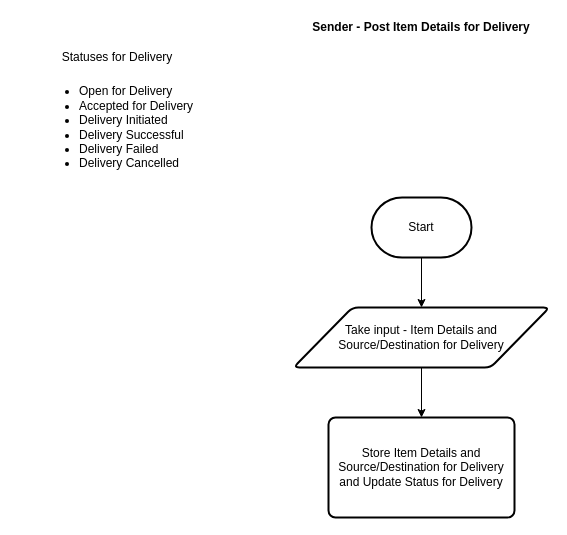
CourierPanda/flow-chart-diagrams keeps this draw.io diagram as Sender - Post Item Details for Delivery.drawio. Above is the earlier version. Source tidied: cells renumbered, new cells numbered last; positions are measured from the earlier drawing's top-left corner, leaving out a move shared by most shapes. Both pictures are drawn from the tidied source at 100%, with x=0, y=0 at pixel (17, 17).
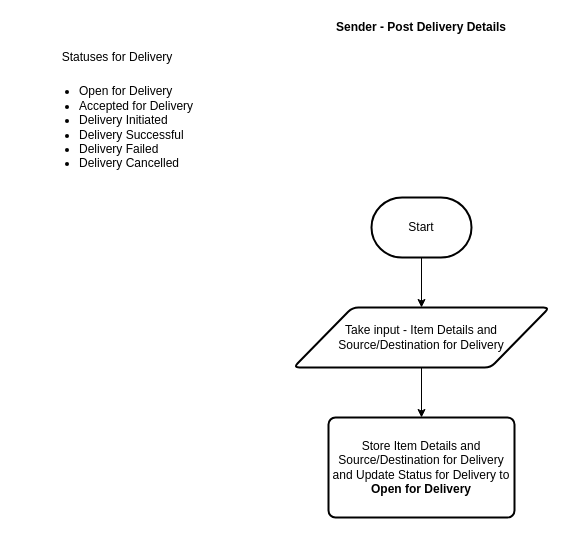
The same diagram, later.

What changed in the source:
```diff
@@
 <mxGraphModel>
   <root>
     <mxCell id="0" />
     <mxCell id="1" parent="0" />
     <mxCell id="2" style="edgeStyle=orthogonalEdgeStyle;rounded=0;jettySize=auto;html=1;exitX=0.5;exitY=1;exitDx=0;exitDy=0;exitPerimeter=0;entryX=0.5;entryY=0;entryDx=0;entryDy=0;" parent="1" edge="1" source="3" target="4">
       <mxGeometry relative="1" as="geometry" />
     </mxCell>
     <mxCell id="3" value="Start" style="strokeWidth=2;html=1;shape=mxgraph.flowchart.terminator;whiteSpace=wrap;" parent="1" vertex="1">
       <mxGeometry x="354" y="180" width="100" height="60" as="geometry" />
     </mxCell>
     <mxCell id="4" value="Take input - Item Details and&lt;br&gt;Source/Destination for Delivery" style="shape=parallelogram;html=1;strokeWidth=2;perimeter=parallelogramPerimeter;whiteSpace=wrap;rounded=1;arcSize=12;size=0.23;" parent="1" vertex="1">
       <mxGeometry x="276" y="290" width="256" height="60" as="geometry" />
     </mxCell>
-    <mxCell id="5" value="Store Item Details and&lt;br&gt;Source/Destination for Delivery and Update Status for Delivery" style="rounded=1;whiteSpace=wrap;html=1;absoluteArcSize=1;arcSize=14;strokeWidth=2;" parent="1" vertex="1">
+    <mxCell id="5" value="Store Item Details and&lt;br&gt;Source/Destination for Delivery and Update Status for Delivery to &lt;b&gt;Open for Delivery&lt;/b&gt;" style="rounded=1;whiteSpace=wrap;html=1;absoluteArcSize=1;arcSize=14;strokeWidth=2;" parent="1" vertex="1">
       <mxGeometry x="311" y="400" width="186" height="100" as="geometry" />
     </mxCell>
     <mxCell id="6" style="endArrow=classic;html=1;exitX=0.5;exitY=1;exitDx=0;exitDy=0;entryX=0.5;entryY=0;entryDx=0;entryDy=0;" parent="1" edge="1" source="4" target="5">
       <mxGeometry relative="1" as="geometry" />
     </mxCell>
     <mxCell id="7" value="&lt;ul&gt;&lt;li&gt;Open for Delivery&lt;/li&gt;&lt;li&gt;Accepted for Delivery&lt;/li&gt;&lt;li&gt;Delivery Initiated&lt;/li&gt;&lt;li&gt;Delivery Successful&lt;/li&gt;&lt;li&gt;Delivery Failed&lt;/li&gt;&lt;li&gt;Delivery Cancelled&lt;/li&gt;&lt;/ul&gt;" style="text;strokeColor=none;fillColor=none;html=1;whiteSpace=wrap;verticalAlign=middle;overflow=hidden;" parent="1" vertex="1">
       <mxGeometry x="20" y="50" width="190" height="120" as="geometry" />
     </mxCell>
-    <mxCell id="8" value="Sender - Post Item Details for Delivery" style="text;html=1;strokeColor=none;fillColor=none;align=center;verticalAlign=middle;whiteSpace=wrap;rounded=0;fontStyle=1;" parent="1" vertex="1">
+    <mxCell id="8" value="Sender - Post Delivery Details" style="text;html=1;strokeColor=none;fillColor=none;align=center;verticalAlign=middle;whiteSpace=wrap;rounded=0;fontStyle=1;" parent="1" vertex="1">
       <mxGeometry x="281" width="246" height="20" as="geometry" />
     </mxCell>
     <mxCell id="9" value="Statuses for Delivery" style="text;html=1;strokeColor=none;fillColor=none;align=center;verticalAlign=middle;whiteSpace=wrap;rounded=0;" parent="1" vertex="1">
       <mxGeometry y="30" width="200" height="20" as="geometry" />
     </mxCell>
   </root>
 </mxGraphModel>
```
